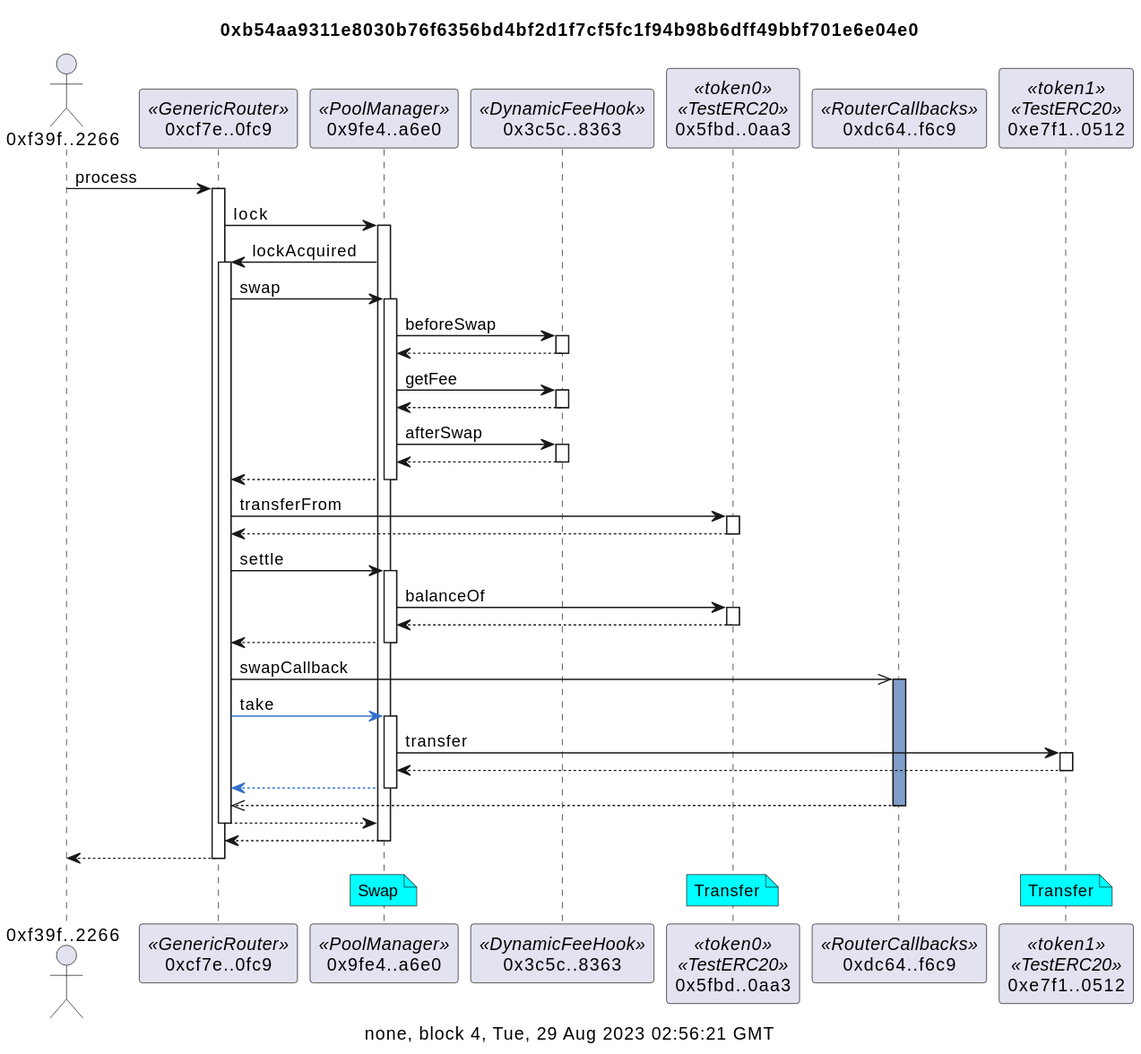
Earlier version of the PlantUML export docs/dynamicFeeSwapSummary.svg (naddison36/uniswap-v4-hooks).
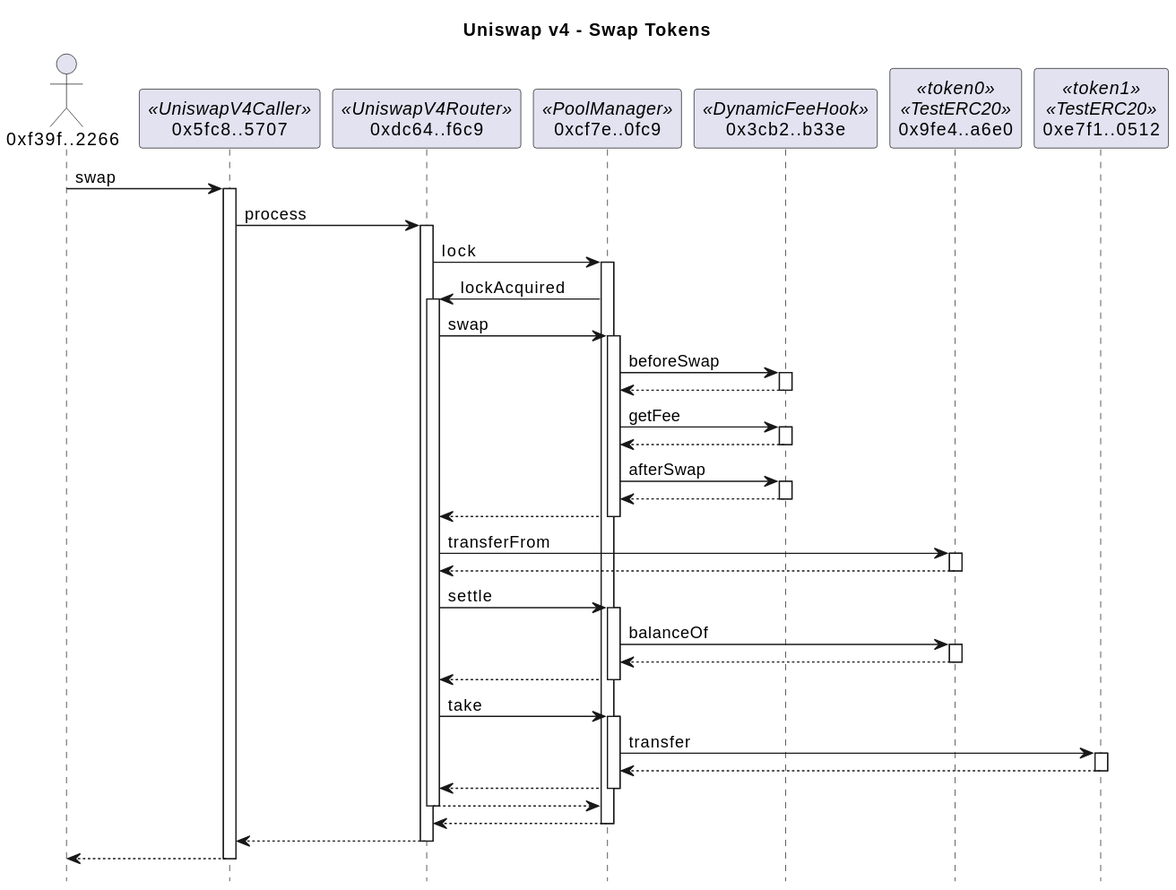
The same file after the commit.

The edit, as a diff of the source:
```diff
@@ -1,47 +1,47 @@
 @startuml
-title 0xb54aa9311e8030b76f6356bd4bf2d1f7cf5fc1f94b98b6dff49bbf701e6e04e0
+title Uniswap v4 - Swap Tokens
+hide footbox
 
-caption none, block 4, Tue, 29 Aug 2023 02:56:21 GMT
 actor "0xf39f..2266" as f39f2266
-participant "0xcf7e..0fc9" as cf7e0fc9 <<GenericRouter>>
-participant "0x9fe4..a6e0" as 9fe4a6e0 <<PoolManager>>
-participant "0x3c5c..8363" as 3c5c8363 <<DynamicFeeHook>>
-participant "0x5fbd..0aa3" as 5fbd0aa3 <<token0>><<TestERC20>>
-participant "0xdc64..f6c9" as dc64f6c9 <<RouterCallbacks>>
+participant "0x5fc8..5707" as 5fc85707 <<UniswapV4Caller>>
+participant "0xdc64..f6c9" as dc64f6c9 <<UniswapV4Router>>
+participant "0xcf7e..0fc9" as cf7e0fc9 <<PoolManager>>
+participant "0x3cb2..b33e" as 3cb2b33e <<DynamicFeeHook>>
+participant "0x9fe4..a6e0" as 9fe4a6e0 <<token0>><<TestERC20>>
 participant "0xe7f1..0512" as e7f10512 <<token1>><<TestERC20>>
 
-f39f2266 -> cf7e0fc9: process
+f39f2266 -> 5fc85707: swap
+activate 5fc85707
+5fc85707 -> dc64f6c9: process
+activate dc64f6c9
+dc64f6c9 -> cf7e0fc9: lock
 activate cf7e0fc9
-cf7e0fc9 -> 9fe4a6e0: lock
-activate 9fe4a6e0
-9fe4a6e0 -> cf7e0fc9: lockAcquired
+cf7e0fc9 -> dc64f6c9: lockAcquired
+activate dc64f6c9
+dc64f6c9 -> cf7e0fc9: swap
 activate cf7e0fc9
-cf7e0fc9 -> 9fe4a6e0: swap
-activate 9fe4a6e0
-9fe4a6e0 -> 3c5c8363: beforeSwap
-activate 3c5c8363
+cf7e0fc9 -> 3cb2b33e: beforeSwap
+activate 3cb2b33e
 return
-9fe4a6e0 -> 3c5c8363: getFee
-activate 3c5c8363
+cf7e0fc9 -> 3cb2b33e: getFee
+activate 3cb2b33e
 return
-9fe4a6e0 -> 3c5c8363: afterSwap
-activate 3c5c8363
+cf7e0fc9 -> 3cb2b33e: afterSwap
+activate 3cb2b33e
 return
 return
-cf7e0fc9 -> 5fbd0aa3: transferFrom
-activate 5fbd0aa3
+dc64f6c9 -> 9fe4a6e0: transferFrom
+activate 9fe4a6e0
 return
-cf7e0fc9 -> 9fe4a6e0: settle
+dc64f6c9 -> cf7e0fc9: settle
+activate cf7e0fc9
+cf7e0fc9 -> 9fe4a6e0: balanceOf
 activate 9fe4a6e0
-9fe4a6e0 -> 5fbd0aa3: balanceOf
-activate 5fbd0aa3
 return
 return
-cf7e0fc9 ->> dc64f6c9: swapCallback
-activate dc64f6c9 #809ECB
-cf7e0fc9 -[#3471CD]> 9fe4a6e0: take
-activate 9fe4a6e0
-9fe4a6e0 -> e7f10512: transfer
+dc64f6c9 -> cf7e0fc9: take
+activate cf7e0fc9
+cf7e0fc9 -> e7f10512: transfer
 activate e7f10512
 return
 return
@@ -49,16 +49,4 @@
 return
 return
 return
-
-note over 9fe4a6e0 #aqua
-Swap
-end note
-
-/ note over 5fbd0aa3 #aqua
-Transfer
-end note
-
-/ note over e7f10512 #aqua
-Transfer
-end note
 @enduml
```
